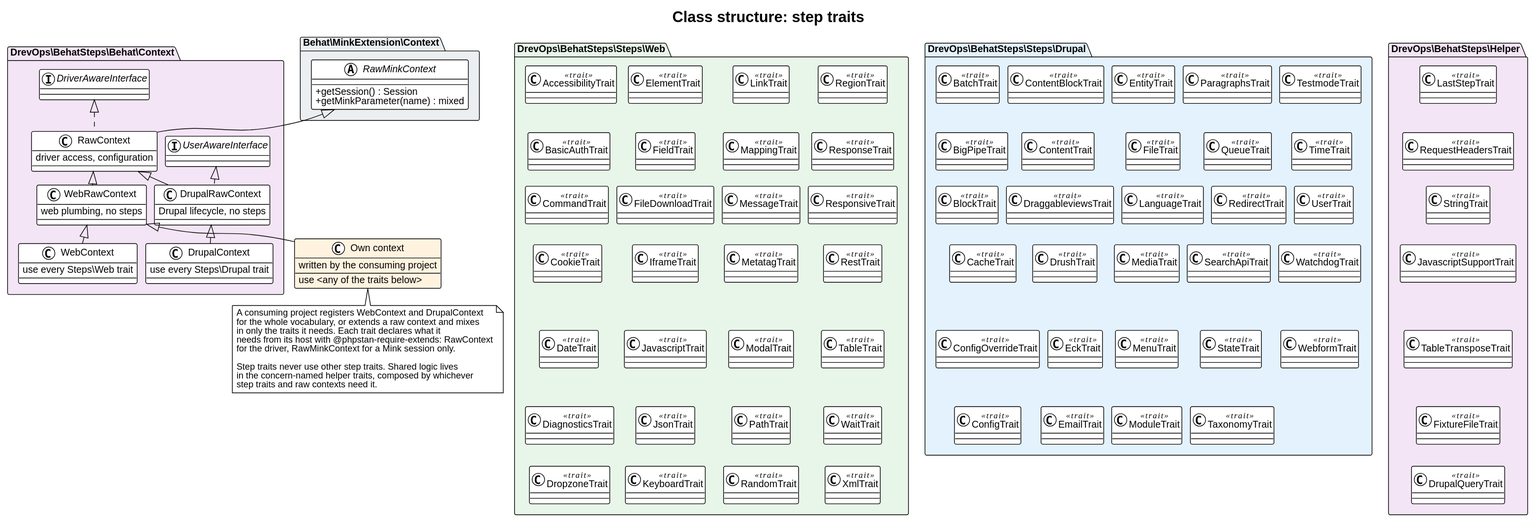
The PlantUML diagram docs/architecture/class-traits.svg in drevops/behat-steps, before a commit.
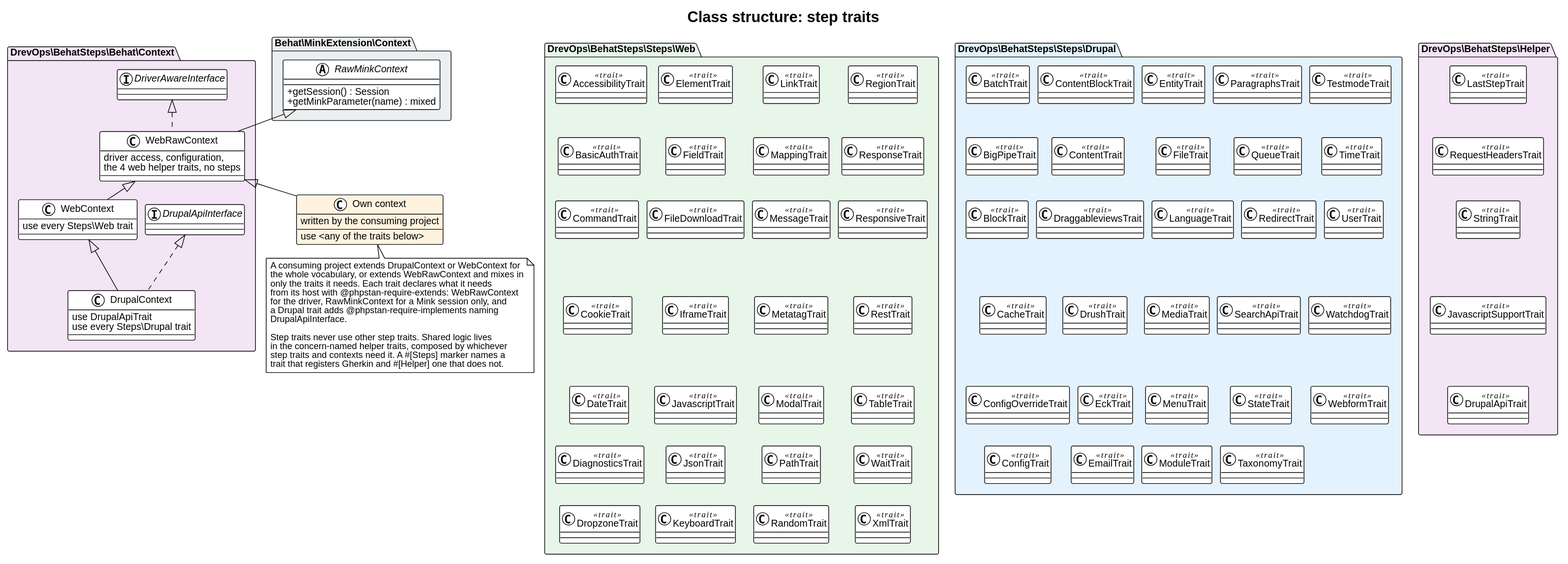
Later version of the same file.

The edit, as a diff of the source:
```diff
@@ -17,20 +17,16 @@
 
 package "DrevOps\\BehatSteps\\Behat\\Context" #F3E5F5 {
   interface DriverAwareInterface
-  interface UserAwareInterface
-  class RawContext {
-    driver access, configuration
-  }
+  interface DrupalApiInterface
   class WebRawContext {
-    web plumbing, no steps
-  }
-  class DrupalRawContext {
-    Drupal lifecycle, no steps
+    driver access, configuration,
+    the 4 web helper traits, no steps
   }
   class WebContext {
     use every Steps\\Web trait
   }
   class DrupalContext {
+    use DrupalApiTrait
     use every Steps\\Drupal trait
   }
 }
@@ -41,13 +37,11 @@
   use <any of the traits below>
 }
 
-RawMinkContext <|-- RawContext
-DriverAwareInterface <|.. RawContext
-UserAwareInterface <|.. DrupalRawContext
-RawContext <|-- WebRawContext
-RawContext <|-- DrupalRawContext
+RawMinkContext <|-- WebRawContext
+DriverAwareInterface <|.. WebRawContext
+DrupalApiInterface <|.. DrupalContext
 WebRawContext <|-- WebContext
-DrupalRawContext <|-- DrupalContext
+WebContext <|-- DrupalContext
 WebRawContext <|-- Consumer
 
 package "DrevOps\\BehatSteps\\Steps\\Web" #E8F5E9 {
@@ -182,27 +176,26 @@
   class RequestHeadersTrait <<trait>>
   class StringTrait <<trait>>
   class JavascriptSupportTrait <<trait>>
-  class TableTransposeTrait <<trait>>
-  class FixtureFileTrait <<trait>>
-  class DrupalQueryTrait <<trait>>
+  class DrupalApiTrait <<trait>>
 
   LastStepTrait -[hidden]down- RequestHeadersTrait
   RequestHeadersTrait -[hidden]down- StringTrait
   StringTrait -[hidden]down- JavascriptSupportTrait
-  JavascriptSupportTrait -[hidden]down- TableTransposeTrait
-  TableTransposeTrait -[hidden]down- FixtureFileTrait
-  FixtureFileTrait -[hidden]down- DrupalQueryTrait
+  JavascriptSupportTrait -[hidden]down- DrupalApiTrait
 }
 
 note bottom of Consumer
-  A consuming project registers WebContext and DrupalContext
-  for the whole vocabulary, or extends a raw context and mixes
-  in only the traits it needs. Each trait declares what it
-  needs from its host with @phpstan-require-extends: RawContext
-  for the driver, RawMinkContext for a Mink session only.
+  A consuming project extends DrupalContext or WebContext for
+  the whole vocabulary, or extends WebRawContext and mixes in
+  only the traits it needs. Each trait declares what it needs
+  from its host with @phpstan-require-extends: WebRawContext
+  for the driver, RawMinkContext for a Mink session only, and
+  a Drupal trait adds @phpstan-require-implements naming
+  DrupalApiInterface.
 
   Step traits never use other step traits. Shared logic lives
   in the concern-named helper traits, composed by whichever
-  step traits and raw contexts need it.
+  step traits and contexts need it. A #[Steps] marker names a
+  trait that registers Gherkin and #[Helper] one that does not.
 end note
 @enduml
```
